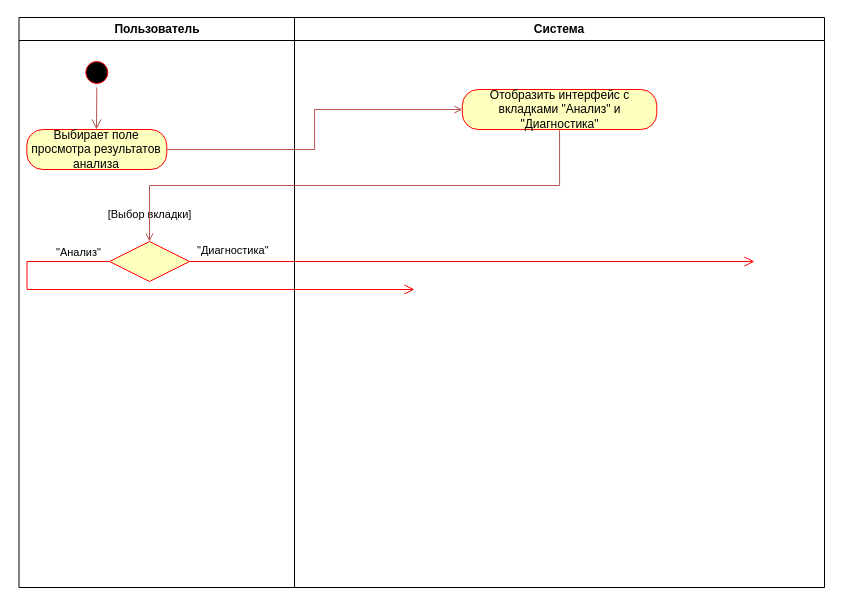
softqwak/MSPIST keeps this draw.io diagram as 3lab2.drawio. Above is the earlier version. Source tidied: cells renumbered, new cells numbered last; positions are measured from the earlier drawing's top-left corner, leaving out a move shared by most shapes. Both pictures are drawn from the tidied source at 100%, with x=0, y=0 at pixel (18, 17).
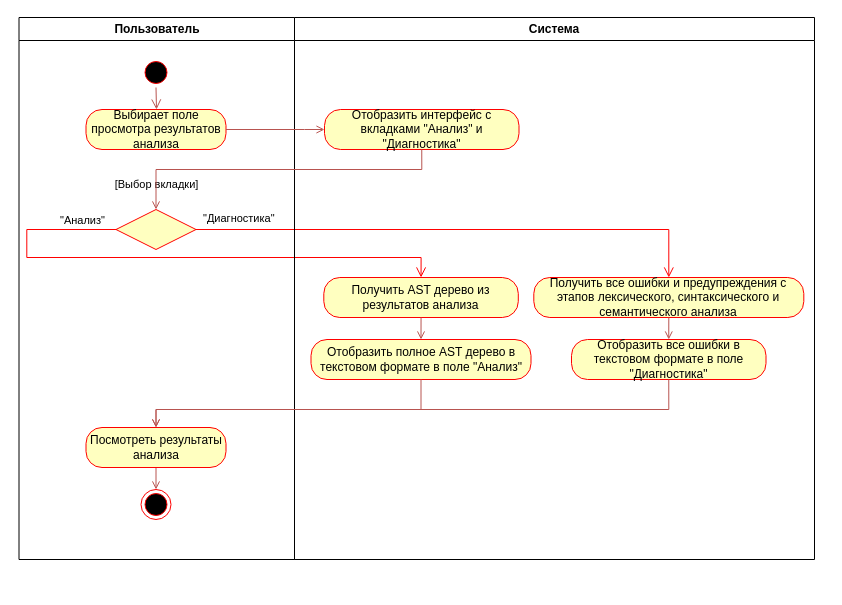
After the change.

Diff of the diagram source:
```diff
@@
     <mxCell id="2" value="Пользователь" style="swimlane;whiteSpace=wrap;" parent="1" vertex="1">
-      <mxGeometry x="0.5" width="275.5" height="570" as="geometry" />
+      <mxGeometry x="0.5" width="275.5" height="542" as="geometry" />
     </mxCell>
     <mxCell id="3" style="ellipse;shape=startState;fillColor=#000000;strokeColor=#ff0000;" parent="2" vertex="1">
-      <mxGeometry x="62.8" y="40" width="30" height="30" as="geometry" />
+      <mxGeometry x="122" y="40" width="30" height="30" as="geometry" />
     </mxCell>
+    <mxCell id="6" style="rhombus;whiteSpace=wrap;html=1;fontColor=#000000;fillColor=#ffffc0;strokeColor=#ff0000;" parent="2" vertex="1">
+      <mxGeometry x="97" y="192" width="80" height="40" as="geometry" />
+    </mxCell>
+    <mxCell id="14" style="edgeStyle=orthogonalEdgeStyle;shape=connector;rounded=0;jettySize=auto;html=1;exitX=0.5;exitY=1;exitDx=0;exitDy=0;entryX=0.5;entryY=0;entryDx=0;entryDy=0;strokeColor=#b85450;align=center;verticalAlign=middle;fontFamily=Helvetica;fontSize=11;fontColor=default;labelBackgroundColor=default;endArrow=open;endFill=0;fillColor=#f8cecc;" parent="2" edge="1" source="15" target="16">
+      <mxGeometry relative="1" as="geometry" />
+    </mxCell>
+    <mxCell id="15" value="Посмотреть результаты анализа" style="rounded=1;whiteSpace=wrap;html=1;arcSize=40;fontColor=#000000;fillColor=#ffffc0;strokeColor=#ff0000;" parent="2" vertex="1">
+      <mxGeometry x="67" y="410" width="140" height="40" as="geometry" />
+    </mxCell>
+    <mxCell id="16" style="ellipse;html=1;shape=endState;fillColor=#000000;strokeColor=#ff0000;fontFamily=Helvetica;fontSize=11;fontColor=default;labelBackgroundColor=default;" parent="2" vertex="1">
+      <mxGeometry x="122" y="472" width="30" height="30" as="geometry" />
+    </mxCell>
+    <mxCell id="17" value="Получить AST дерево из результатов анализа" style="rounded=1;whiteSpace=wrap;html=1;arcSize=40;fontColor=#000000;fillColor=#ffffc0;strokeColor=#ff0000;" parent="2" vertex="1">
+      <mxGeometry x="304.8" y="260" width="194.5" height="40" as="geometry" />
+    </mxCell>
+    <mxCell id="18" value="Получить все ошибки и предупреждения с этапов лексического, синтаксического и семантического анализа" style="rounded=1;whiteSpace=wrap;html=1;arcSize=40;fontColor=#000000;fillColor=#ffffc0;strokeColor=#ff0000;" parent="2" vertex="1">
+      <mxGeometry x="514.8" y="260" width="270" height="40" as="geometry" />
+    </mxCell>
+    <mxCell id="8" value="&quot;Анализ&quot;" style="edgeStyle=orthogonalEdgeStyle;html=1;align=left;verticalAlign=top;endArrow=open;endSize=8;strokeColor=#ff0000;rounded=0;exitX=0;exitY=0.5;exitDx=0;exitDy=0;entryX=0.5;entryY=0;entryDx=0;entryDy=0;" parent="2" edge="1" source="6" target="17">
+      <mxGeometry x="-0.78" y="-22" relative="1" as="geometry">
+        <Array as="points">
+          <mxPoint x="7.8" y="212" />
+          <mxPoint x="7.8" y="240" />
+          <mxPoint x="401.8" y="240" />
+        </Array>
+      </mxGeometry>
+    </mxCell>
+    <mxCell id="7" value="&quot;Диагностика&quot;" style="edgeStyle=orthogonalEdgeStyle;html=1;align=left;verticalAlign=bottom;endArrow=open;endSize=8;strokeColor=#ff0000;rounded=0;entryX=0.5;entryY=0;entryDx=0;entryDy=0;" parent="2" edge="1" source="6" target="18">
+      <mxGeometry x="-0.98" y="2" relative="1" as="geometry" />
+    </mxCell>
+    <mxCell id="9" value="[Выбор вкладки]" style="text;html=1;align=center;verticalAlign=middle;strokeColor=none;fillColor=none;fontFamily=Helvetica;fontSize=11;fontColor=default;labelBackgroundColor=default;" parent="2" vertex="1">
+      <mxGeometry x="82" y="152" width="110" height="30" as="geometry" />
+    </mxCell>
+    <mxCell id="5" value="Выбирает поле просмотра результатов анализа" style="rounded=1;whiteSpace=wrap;html=1;arcSize=40;fontColor=#000000;fillColor=#ffffc0;strokeColor=#ff0000;" parent="2" vertex="1">
+      <mxGeometry x="67" y="92" width="140" height="40" as="geometry" />
+    </mxCell>
@@
-    <mxCell id="5" value="Выбирает поле просмотра результатов анализа" style="rounded=1;whiteSpace=wrap;html=1;arcSize=40;fontColor=#000000;fillColor=#ffffc0;strokeColor=#ff0000;" parent="2" vertex="1">
-      <mxGeometry x="7.8" y="112" width="140" height="40" as="geometry" />
-    </mxCell>
-    <mxCell id="6" style="rhombus;whiteSpace=wrap;html=1;fontColor=#000000;fillColor=#ffffc0;strokeColor=#ff0000;" parent="2" vertex="1">
-      <mxGeometry x="90.5" y="224" width="80" height="40" as="geometry" />
-    </mxCell>
-    <mxCell id="7" value="&quot;Диагностика&quot;" style="edgeStyle=orthogonalEdgeStyle;html=1;align=left;verticalAlign=bottom;endArrow=open;endSize=8;strokeColor=#ff0000;rounded=0;" parent="2" edge="1" source="6">
-      <mxGeometry x="-0.98" y="2" relative="1" as="geometry">
-        <mxPoint x="735.5" y="244" as="targetPoint" />
-      </mxGeometry>
-    </mxCell>
-    <mxCell id="8" value="&quot;Анализ&quot;" style="edgeStyle=orthogonalEdgeStyle;html=1;align=left;verticalAlign=top;endArrow=open;endSize=8;strokeColor=#ff0000;rounded=0;exitX=0;exitY=0.5;exitDx=0;exitDy=0;" parent="2" edge="1" source="6">
-      <mxGeometry x="-0.78" y="-22" relative="1" as="geometry">
-        <mxPoint x="395.5" y="272" as="targetPoint" />
-        <Array as="points">
-          <mxPoint x="8" y="244" />
-        </Array>
-      </mxGeometry>
-    </mxCell>
-    <mxCell id="9" value="[Выбор вкладки]" style="text;html=1;align=center;verticalAlign=middle;strokeColor=none;fillColor=none;fontFamily=Helvetica;fontSize=11;fontColor=default;labelBackgroundColor=default;" parent="2" vertex="1">
-      <mxGeometry x="75.5" y="182" width="110" height="30" as="geometry" />
-    </mxCell>
     <mxCell id="10" value="Система" style="swimlane;whiteSpace=wrap;" parent="1" vertex="1">
-      <mxGeometry x="276" width="530" height="570" as="geometry" />
+      <mxGeometry x="276" width="520" height="542" as="geometry" />
     </mxCell>
     <mxCell id="11" value="Отобразить интерфейс с вкладками &quot;Анализ&quot; и &quot;Диагностика&quot;" style="rounded=1;whiteSpace=wrap;html=1;arcSize=40;fontColor=#000000;fillColor=#ffffc0;strokeColor=#ff0000;" parent="10" vertex="1">
-      <mxGeometry x="167.8" y="72" width="194.5" height="40" as="geometry" />
+      <mxGeometry x="30" y="92" width="194.5" height="40" as="geometry" />
     </mxCell>
+    <mxCell id="19" value="Отобразить все ошибки в текстовом формате в поле &quot;Диагностика&quot;" style="rounded=1;whiteSpace=wrap;html=1;arcSize=40;fontColor=#000000;fillColor=#ffffc0;strokeColor=#ff0000;" parent="10" vertex="1">
+      <mxGeometry x="277" y="322" width="194.5" height="40" as="geometry" />
+    </mxCell>
+    <mxCell id="20" value="Отобразить полное AST дерево в текстовом формате в поле &quot;Анализ&quot;" style="rounded=1;whiteSpace=wrap;html=1;arcSize=40;fontColor=#000000;fillColor=#ffffc0;strokeColor=#ff0000;" parent="10" vertex="1">
+      <mxGeometry x="16.5" y="322" width="220" height="40" as="geometry" />
+    </mxCell>
+    <mxCell id="13" style="edgeStyle=orthogonalEdgeStyle;shape=connector;rounded=0;jettySize=auto;html=1;exitX=0.5;exitY=1;exitDx=0;exitDy=0;entryX=0.5;entryY=0;entryDx=0;entryDy=0;strokeColor=#b85450;align=center;verticalAlign=middle;fontFamily=Helvetica;fontSize=11;fontColor=default;labelBackgroundColor=default;endArrow=open;endFill=0;fillColor=#f8cecc;" parent="1" edge="1" source="11" target="6">
+      <mxGeometry relative="1" as="geometry">
+        <Array as="points">
+          <mxPoint x="403" y="152" />
+          <mxPoint x="138" y="152" />
+        </Array>
+      </mxGeometry>
+    </mxCell>
+    <mxCell id="21" style="edgeStyle=orthogonalEdgeStyle;shape=connector;rounded=0;jettySize=auto;html=1;exitX=0.5;exitY=1;exitDx=0;exitDy=0;entryX=0.5;entryY=0;entryDx=0;entryDy=0;strokeColor=#b85450;align=center;verticalAlign=middle;fontFamily=Helvetica;fontSize=11;fontColor=default;labelBackgroundColor=default;endArrow=open;endFill=0;fillColor=#f8cecc;" parent="1" edge="1" source="18" target="19">
+      <mxGeometry relative="1" as="geometry" />
+    </mxCell>
+    <mxCell id="22" style="edgeStyle=orthogonalEdgeStyle;shape=connector;rounded=0;jettySize=auto;html=1;exitX=0.5;exitY=1;exitDx=0;exitDy=0;entryX=0.5;entryY=0;entryDx=0;entryDy=0;strokeColor=#b85450;align=center;verticalAlign=middle;fontFamily=Helvetica;fontSize=11;fontColor=default;labelBackgroundColor=default;endArrow=open;endFill=0;fillColor=#f8cecc;" parent="1" edge="1" source="19" target="15">
+      <mxGeometry relative="1" as="geometry">
+        <Array as="points">
+          <mxPoint x="650" y="392" />
+          <mxPoint x="138" y="392" />
+        </Array>
+      </mxGeometry>
+    </mxCell>
+    <mxCell id="23" style="edgeStyle=orthogonalEdgeStyle;shape=connector;rounded=0;jettySize=auto;html=1;exitX=0.5;exitY=1;exitDx=0;exitDy=0;entryX=0.5;entryY=0;entryDx=0;entryDy=0;strokeColor=#b85450;align=center;verticalAlign=middle;fontFamily=Helvetica;fontSize=11;fontColor=default;labelBackgroundColor=default;endArrow=open;endFill=0;fillColor=#f8cecc;" parent="1" edge="1" source="17" target="20">
+      <mxGeometry relative="1" as="geometry" />
+    </mxCell>
+    <mxCell id="24" style="edgeStyle=orthogonalEdgeStyle;shape=connector;rounded=0;jettySize=auto;html=1;exitX=0.5;exitY=1;exitDx=0;exitDy=0;entryX=0.5;entryY=0;entryDx=0;entryDy=0;strokeColor=#b85450;align=center;verticalAlign=middle;fontFamily=Helvetica;fontSize=11;fontColor=default;labelBackgroundColor=default;endArrow=open;endFill=0;fillColor=#f8cecc;" parent="1" edge="1" source="20" target="15">
+      <mxGeometry relative="1" as="geometry">
+        <Array as="points">
+          <mxPoint x="403" y="392" />
+          <mxPoint x="138" y="392" />
+        </Array>
+      </mxGeometry>
+    </mxCell>
     <mxCell id="12" style="edgeStyle=orthogonalEdgeStyle;rounded=0;jettySize=auto;html=1;exitX=1;exitY=0.5;exitDx=0;exitDy=0;entryX=0;entryY=0.5;entryDx=0;entryDy=0;fillColor=#f8cecc;strokeColor=#b85450;endArrow=open;endFill=0;" parent="1" edge="1" source="5" target="11">
-      <mxGeometry relative="1" as="geometry" />
+      <mxGeometry relative="1" as="geometry">
+        <Array as="points">
+          <mxPoint x="286" y="112" />
+          <mxPoint x="286" y="112" />
+        </Array>
+      </mxGeometry>
     </mxCell>
-    <mxCell id="13" style="edgeStyle=orthogonalEdgeStyle;shape=connector;rounded=0;jettySize=auto;html=1;exitX=0.5;exitY=1;exitDx=0;exitDy=0;entryX=0.5;entryY=0;entryDx=0;entryDy=0;strokeColor=#b85450;align=center;verticalAlign=middle;fontFamily=Helvetica;fontSize=11;fontColor=default;labelBackgroundColor=default;endArrow=open;endFill=0;fillColor=#f8cecc;" parent="1" edge="1" source="11" target="6">
-      <mxGeometry relative="1" as="geometry" />
-    </mxCell>
```
